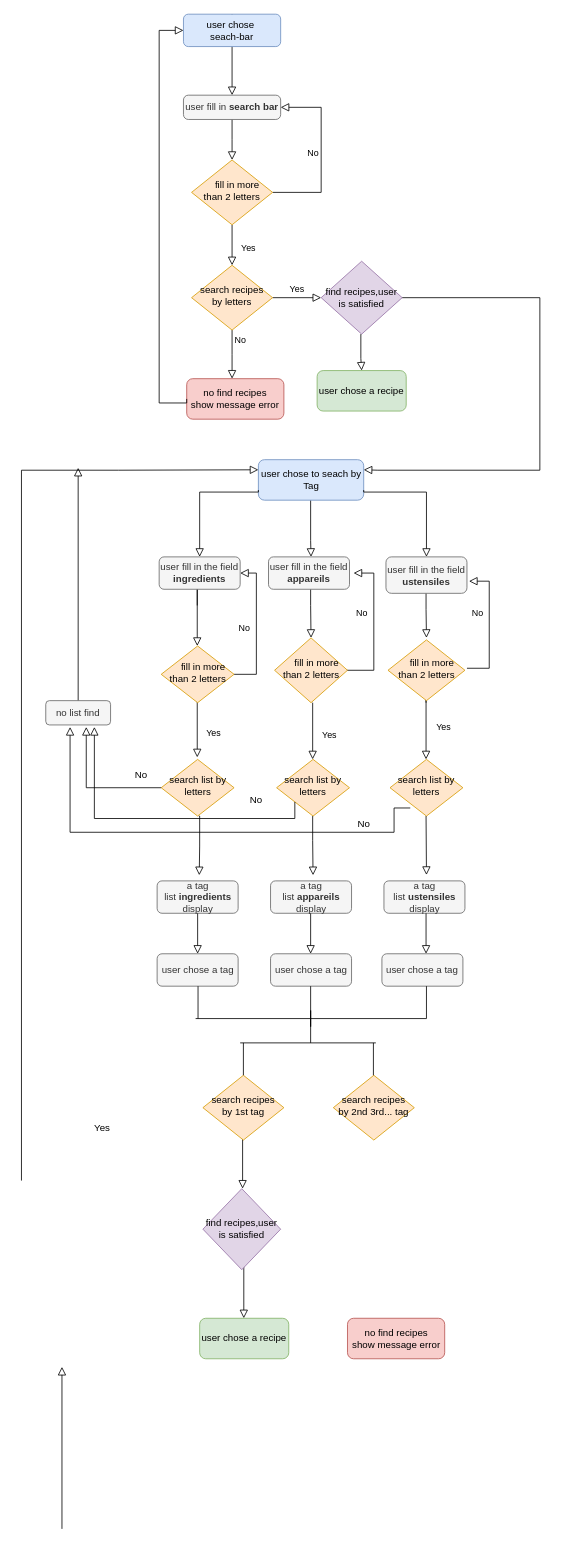
Before: Diagramme sans nom.drawio in YU-KENT/les-petits-plats, a draw.io diagram. Source tidied: cells renumbered, new cells numbered last; positions are measured from the earlier drawing's top-left corner, leaving out a move shared by most shapes. Both pictures are drawn from the tidied source at 81%, with x=0, y=0 at pixel (21, 14).
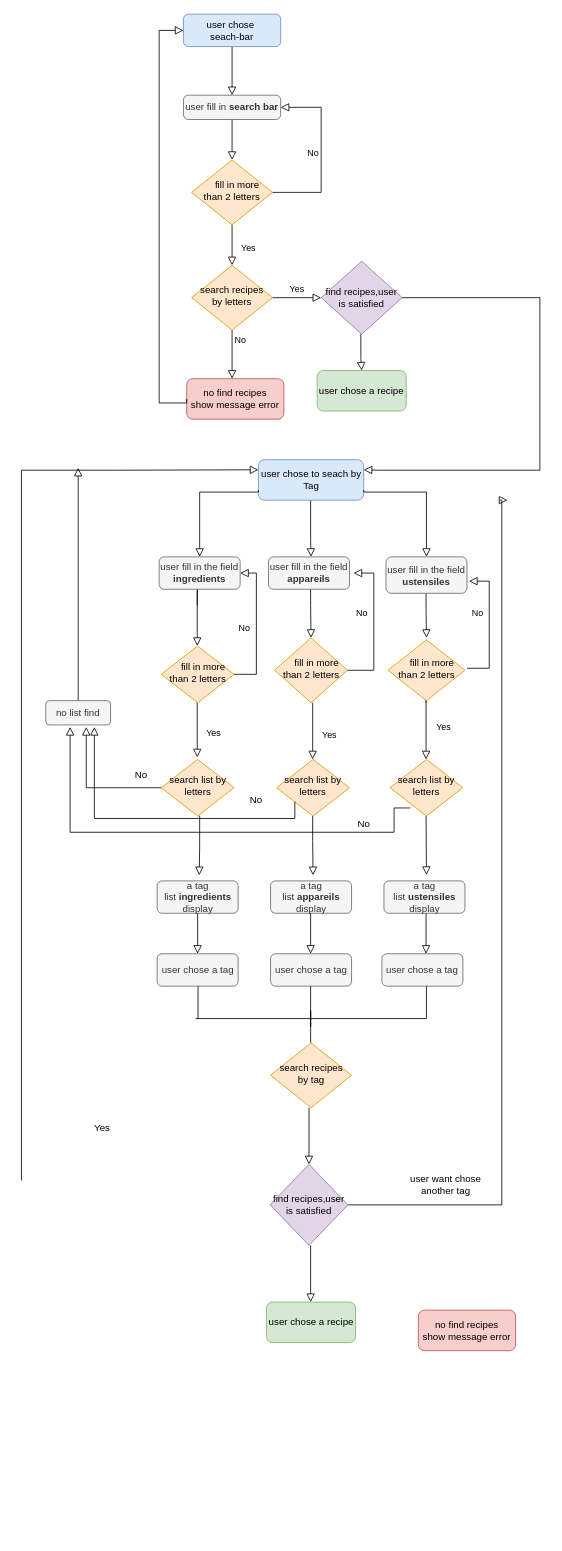
After the change.

Commit message (it also covers changes not shown here):
Mettre à jour Diagramme sans nom.drawio

Diff of the diagram source:
```diff
@@
     <mxCell id="2" style="rounded=0;html=1;jettySize=auto;orthogonalLoop=1;fontSize=11;endArrow=block;endFill=0;endSize=8;strokeWidth=1;shadow=0;labelBackgroundColor=none;edgeStyle=orthogonalEdgeStyle;startArrow=none;" parent="1" edge="1">
       <mxGeometry relative="1" as="geometry">
-        <mxPoint x="274.5" y="1540" as="sourcePoint" />
-        <mxPoint x="274.5" y="1610" as="targetPoint" />
+        <mxPoint x="357" y="1520" as="sourcePoint" />
+        <mxPoint x="357" y="1590" as="targetPoint" />
         <Array as="points">
-          <mxPoint x="274.5" y="1540" />
-          <mxPoint x="274.5" y="1590" />
+          <mxPoint x="357.5" y="1570" />
+          <mxPoint x="357.5" y="1570" />
         </Array>
       </mxGeometry>
     </mxCell>
     <mxCell id="3" style="rounded=0;html=1;jettySize=auto;orthogonalLoop=1;fontSize=11;endArrow=block;endFill=0;endSize=8;strokeWidth=1;shadow=0;labelBackgroundColor=none;edgeStyle=orthogonalEdgeStyle;startArrow=none;" parent="1" edge="1">
       <mxGeometry relative="1" as="geometry">
-        <mxPoint x="273" y="1380" as="sourcePoint" />
-        <mxPoint x="273" y="1450" as="targetPoint" />
+        <mxPoint x="355" y="1350" as="sourcePoint" />
+        <mxPoint x="355" y="1420" as="targetPoint" />
         <Array as="points">
-          <mxPoint x="273" y="1380" />
-          <mxPoint x="273" y="1430" />
+          <mxPoint x="355" y="1350" />
+          <mxPoint x="355" y="1400" />
         </Array>
       </mxGeometry>
     </mxCell>
@@
     <mxCell id="52" style="rounded=0;html=1;jettySize=auto;orthogonalLoop=1;fontSize=11;endArrow=block;endFill=0;endSize=8;strokeWidth=1;shadow=0;labelBackgroundColor=none;edgeStyle=orthogonalEdgeStyle;startArrow=none;" parent="1" edge="1">
       <mxGeometry relative="1" as="geometry">
-        <mxPoint x="50" y="1870" as="sourcePoint" />
-        <mxPoint x="50" y="1670" as="targetPoint" />
+        <mxPoint x="403" y="1470" as="sourcePoint" />
+        <mxPoint x="600" y="600" as="targetPoint" />
         <Array as="points">
-          <mxPoint x="50" y="1680" />
+          <mxPoint x="593" y="1470" />
         </Array>
       </mxGeometry>
     </mxCell>
@@
-    <mxCell id="64" value="search recipes by 1st tag" style="rhombus;whiteSpace=wrap;html=1;shadow=0;fontFamily=Helvetica;fontSize=12;align=center;strokeWidth=1;spacing=6;spacingTop=-4;fillColor=#ffe6cc;strokeColor=#d79b00;" parent="1" vertex="1">
-      <mxGeometry x="224" y="1310" width="100" height="80" as="geometry" />
+    <mxCell id="64" value="search recipes by tag" style="rhombus;whiteSpace=wrap;html=1;shadow=0;fontFamily=Helvetica;fontSize=12;align=center;strokeWidth=1;spacing=6;spacingTop=-4;fillColor=#ffe6cc;strokeColor=#d79b00;" parent="1" vertex="1">
+      <mxGeometry x="307.5" y="1270" width="100" height="80" as="geometry" />
     </mxCell>
-    <mxCell id="65" value="search recipes by 2nd 3rd... tag" style="rhombus;whiteSpace=wrap;html=1;shadow=0;fontFamily=Helvetica;fontSize=12;align=center;strokeWidth=1;spacing=6;spacingTop=-4;fillColor=#ffe6cc;strokeColor=#d79b00;" parent="1" vertex="1">
-      <mxGeometry x="385" y="1310" width="100" height="80" as="geometry" />
-    </mxCell>
     <mxCell id="66" value="find recipes,user is satisfied" style="rhombus;whiteSpace=wrap;html=1;fillColor=#e1d5e7;strokeColor=#9673a6;" parent="1" vertex="1">
-      <mxGeometry x="224" y="1450" width="96" height="100" as="geometry" />
+      <mxGeometry x="307" y="1420" width="96" height="100" as="geometry" />
     </mxCell>
@@
-    <mxCell id="73" style="endArrow=none;html=1;rounded=0;strokeColor=default;" parent="1" edge="1">
-      <mxGeometry relative="1" as="geometry">
-        <mxPoint x="270" y="1270" as="sourcePoint" />
-        <mxPoint x="437.5" y="1270" as="targetPoint" />
-      </mxGeometry>
-    </mxCell>
-    <mxCell id="74" style="endArrow=none;html=1;rounded=0;strokeColor=default;entryX=0.5;entryY=0;entryDx=0;entryDy=0;" parent="1" edge="1" target="64">
-      <mxGeometry relative="1" as="geometry">
-        <mxPoint x="274" y="1270" as="sourcePoint" />
-      </mxGeometry>
-    </mxCell>
-    <mxCell id="75" style="endArrow=none;html=1;rounded=0;strokeColor=default;entryX=0.5;entryY=0;entryDx=0;entryDy=0;" parent="1" edge="1">
-      <mxGeometry relative="1" as="geometry">
-        <mxPoint x="434.5" y="1270" as="sourcePoint" />
-        <mxPoint x="434.5" y="1310" as="targetPoint" />
-      </mxGeometry>
-    </mxCell>
     <mxCell id="76" value="no find recipes&lt;br&gt;show message error" style="rounded=1;whiteSpace=wrap;html=1;fontSize=12;glass=0;strokeWidth=1;shadow=0;fillColor=#f8cecc;strokeColor=#b85450;" parent="1" vertex="1">
-      <mxGeometry x="402.5" y="1610" width="120" height="50" as="geometry" />
+      <mxGeometry x="490" y="1600" width="120" height="50" as="geometry" />
     </mxCell>
     <mxCell id="77" value="user chose a recipe" style="rounded=1;whiteSpace=wrap;html=1;fontSize=12;glass=0;strokeWidth=1;shadow=0;fillColor=#d5e8d4;strokeColor=#82b366;" parent="1" vertex="1">
-      <mxGeometry x="220" y="1610" width="110" height="50" as="geometry" />
+      <mxGeometry x="302.5" y="1590" width="110" height="50" as="geometry" />
     </mxCell>
@@
+    <mxCell id="80" value="user want chose another tag" style="text;html=1;strokeColor=none;fillColor=none;align=center;verticalAlign=middle;whiteSpace=wrap;rounded=0;" parent="1" vertex="1">
+      <mxGeometry x="475" y="1430" width="97.5" height="30" as="geometry" />
+    </mxCell>
```
